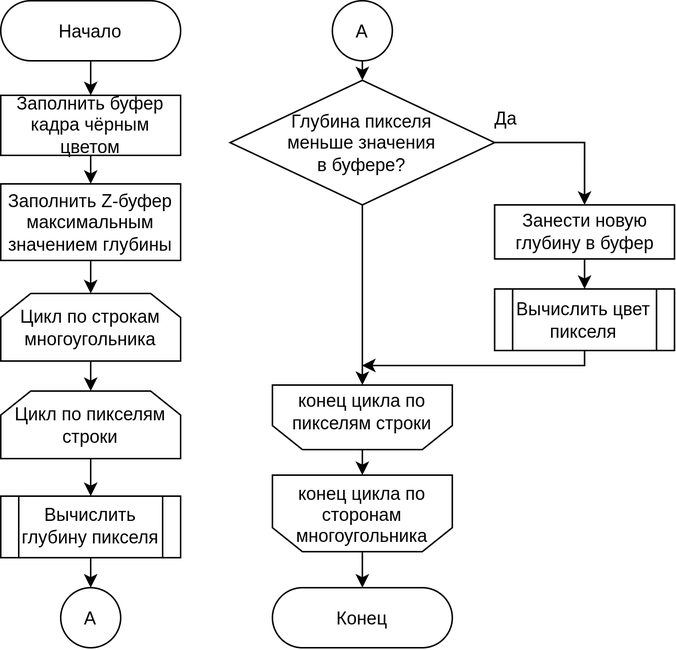
Earlier version of the draw.io export docs/img/zbuf.drawio.png (Danilado/IU7-CG-CW). Source tidied: cells renumbered, new cells last; positions are measured from the earlier drawing's top-left corner, leaving out a move shared by most shapes. Source of this version:
```xml
<mxGraphModel>
  <root>
    <mxCell id="0" />
    <mxCell id="1" parent="0" />
    <mxCell id="2" value="Начало" style="rounded=1;arcSize=50;" parent="1" vertex="1">
      <mxGeometry width="120" height="40" as="geometry" />
    </mxCell>
    <mxCell id="3" value="Заполнить буфер кадра чёрным цветом" style="rounded=0;whiteSpace=wrap;" parent="1" vertex="1">
      <mxGeometry y="63" width="120" height="40" as="geometry" />
    </mxCell>
    <mxCell id="4" value="Заполнить Z-буфер максимальным значением глубины" style="rounded=0;whiteSpace=wrap;" parent="1" vertex="1">
      <mxGeometry y="122" width="120" height="51" as="geometry" />
    </mxCell>
    <mxCell id="5" value="Цикл по строкам многоугольника" style="shape=loopLimit;whiteSpace=wrap;" parent="1" vertex="1">
      <mxGeometry y="195" width="120" height="45" as="geometry" />
    </mxCell>
    <mxCell id="6" value="Цикл по пикселям строки" style="shape=loopLimit;whiteSpace=wrap;" parent="1" vertex="1">
      <mxGeometry y="260" width="120" height="45" as="geometry" />
    </mxCell>
    <mxCell id="7" value="Вычислить глубину пикселя" style="shape=process;backgroundOutline=1;whiteSpace=wrap;" parent="1" vertex="1">
      <mxGeometry y="330" width="120" height="41" as="geometry" />
    </mxCell>
    <mxCell id="8" value="А" style="ellipse;" parent="1" vertex="1">
      <mxGeometry x="40" y="391" width="40" height="40" as="geometry" />
    </mxCell>
    <mxCell id="9" value="А" style="ellipse;" parent="1" vertex="1">
      <mxGeometry x="221.2" width="40" height="40" as="geometry" />
    </mxCell>
    <mxCell id="10" style="shape=loopLimit;verticalAlign=middle;rounded=0;rotation=-180;horizontal=1;" parent="1" vertex="1">
      <mxGeometry x="181.2" y="316" width="120" height="51" as="geometry" />
    </mxCell>
    <mxCell id="11" value="конец цикла по" style="text;strokeColor=none;fillColor=none;align=center;verticalAlign=middle;rounded=0;" parent="1" vertex="1">
      <mxGeometry x="193.2" y="313" width="96" height="30" as="geometry" />
    </mxCell>
    <mxCell id="12" value="сторонам &#10;многоугольника" style="text;strokeColor=none;fillColor=none;align=center;verticalAlign=middle;rounded=0;" parent="1" vertex="1">
      <mxGeometry x="193.2" y="334" width="96" height="30" as="geometry" />
    </mxCell>
    <mxCell id="13" style="shape=loopLimit;verticalAlign=middle;rounded=0;rotation=-180;horizontal=1;" parent="1" vertex="1">
      <mxGeometry x="181.2" y="256" width="120" height="43" as="geometry" />
    </mxCell>
    <mxCell id="14" value="конец цикла по" style="text;strokeColor=none;fillColor=none;align=center;verticalAlign=middle;rounded=0;" parent="1" vertex="1">
      <mxGeometry x="193.2" y="251" width="96" height="30" as="geometry" />
    </mxCell>
    <mxCell id="15" value="пикселям строки" style="text;strokeColor=none;fillColor=none;align=center;verticalAlign=middle;rounded=0;" parent="1" vertex="1">
      <mxGeometry x="193.2" y="266" width="96" height="30" as="geometry" />
    </mxCell>
    <mxCell id="16" value="Глубина пикселя &#10;меньше значения &#10;в буфере?" style="rhombus;whiteSpace=wrap;" parent="1" vertex="1">
      <mxGeometry x="153" y="53" width="176.5" height="83" as="geometry" />
    </mxCell>
    <mxCell id="17" value="Да" style="text;strokeColor=none;fillColor=none;align=center;verticalAlign=middle;rounded=0;" parent="1" vertex="1">
      <mxGeometry x="307.2" y="63" width="60" height="30" as="geometry" />
    </mxCell>
    <mxCell id="18" value="Занести новую глубину в буфер" style="rounded=0;whiteSpace=wrap;" parent="1" vertex="1">
      <mxGeometry x="329.5" y="136" width="120" height="36" as="geometry" />
    </mxCell>
    <mxCell id="19" value="Вычислить цвет пикселя" style="shape=process;backgroundOutline=1;whiteSpace=wrap;" parent="1" vertex="1">
      <mxGeometry x="329.5" y="192" width="120" height="41" as="geometry" />
    </mxCell>
    <mxCell id="20" value="Конец" style="rounded=1;arcSize=50;" parent="1" vertex="1">
      <mxGeometry x="181.2" y="391" width="120" height="40" as="geometry" />
    </mxCell>
    <mxCell id="21" style="endArrow=classic;exitX=0.5;exitY=1;exitDx=0;exitDy=0;entryX=0.5;entryY=0;entryDx=0;entryDy=0;" parent="1" edge="1" source="2" target="3">
      <mxGeometry relative="1" as="geometry" />
    </mxCell>
    <mxCell id="22" style="endArrow=classic;entryX=0.5;entryY=0;entryDx=0;entryDy=0;exitX=0.5;exitY=1;exitDx=0;exitDy=0;" parent="1" edge="1" source="3" target="4">
      <mxGeometry relative="1" as="geometry" />
    </mxCell>
    <mxCell id="23" style="endArrow=classic;exitX=0.5;exitY=1;exitDx=0;exitDy=0;entryX=0.5;entryY=0;entryDx=0;entryDy=0;" parent="1" edge="1" source="4" target="5">
      <mxGeometry relative="1" as="geometry" />
    </mxCell>
    <mxCell id="24" style="endArrow=classic;exitX=0.5;exitY=1;exitDx=0;exitDy=0;entryX=0.5;entryY=0;entryDx=0;entryDy=0;" parent="1" edge="1" source="5" target="6">
      <mxGeometry relative="1" as="geometry" />
    </mxCell>
    <mxCell id="25" style="endArrow=classic;exitX=0.5;exitY=1;exitDx=0;exitDy=0;entryX=0.5;entryY=0;entryDx=0;entryDy=0;" parent="1" edge="1" source="6" target="7">
      <mxGeometry relative="1" as="geometry" />
    </mxCell>
    <mxCell id="26" style="endArrow=classic;exitX=0.5;exitY=1;exitDx=0;exitDy=0;entryX=0.5;entryY=0;entryDx=0;entryDy=0;" parent="1" edge="1" source="7" target="8">
      <mxGeometry relative="1" as="geometry" />
    </mxCell>
    <mxCell id="27" style="endArrow=classic;exitX=0.5;exitY=1;exitDx=0;exitDy=0;" parent="1" edge="1" source="9" target="16">
      <mxGeometry relative="1" as="geometry" />
    </mxCell>
    <mxCell id="28" style="endArrow=classic;exitX=0.5;exitY=1;exitDx=0;exitDy=0;entryX=0.5;entryY=1;entryDx=0;entryDy=0;" parent="1" edge="1" source="16" target="13">
      <mxGeometry relative="1" as="geometry" />
    </mxCell>
    <mxCell id="29" style="endArrow=classic;exitX=0.5;exitY=0;exitDx=0;exitDy=0;entryX=0.5;entryY=0;entryDx=0;entryDy=0;" parent="1" edge="1" source="10" target="20">
      <mxGeometry relative="1" as="geometry" />
    </mxCell>
    <mxCell id="30" style="endArrow=classic;exitX=0.5;exitY=0;exitDx=0;exitDy=0;entryX=0.5;entryY=1;entryDx=0;entryDy=0;" parent="1" edge="1" source="13" target="10">
      <mxGeometry relative="1" as="geometry" />
    </mxCell>
    <mxCell id="31" style="endArrow=classic;exitX=1;exitY=0.5;exitDx=0;exitDy=0;entryX=0.5;entryY=0;entryDx=0;entryDy=0;edgeStyle=orthogonalEdgeStyle;rounded=0;" parent="1" edge="1" source="16" target="18">
      <mxGeometry relative="1" as="geometry" />
    </mxCell>
    <mxCell id="32" style="endArrow=classic;rounded=0;exitX=0.5;exitY=1;exitDx=0;exitDy=0;entryX=0.5;entryY=0;entryDx=0;entryDy=0;" parent="1" edge="1" source="18" target="19">
      <mxGeometry relative="1" as="geometry" />
    </mxCell>
    <mxCell id="33" style="endArrow=classic;rounded=0;exitX=0.5;exitY=1;exitDx=0;exitDy=0;edgeStyle=orthogonalEdgeStyle;" parent="1" edge="1" source="19">
      <mxGeometry relative="1" as="geometry">
        <mxPoint x="241" y="243" as="targetPoint" />
        <Array as="points">
          <mxPoint x="390" y="243" />
          <mxPoint x="241" y="243" />
        </Array>
      </mxGeometry>
    </mxCell>
  </root>
</mxGraphModel>
```
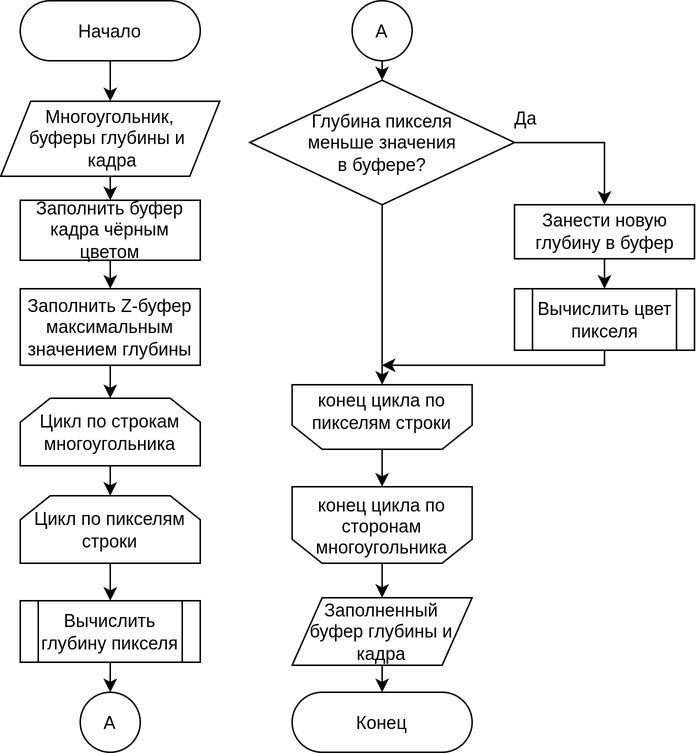
After the commit.

Change to the diagram source:
```diff
@@ -6,34 +6,34 @@
       <mxGeometry width="120" height="40" as="geometry" />
     </mxCell>
     <mxCell id="3" value="Заполнить буфер кадра чёрным цветом" style="rounded=0;whiteSpace=wrap;" parent="1" vertex="1">
-      <mxGeometry y="63" width="120" height="40" as="geometry" />
+      <mxGeometry y="133" width="120" height="40" as="geometry" />
     </mxCell>
     <mxCell id="4" value="Заполнить Z-буфер максимальным значением глубины" style="rounded=0;whiteSpace=wrap;" parent="1" vertex="1">
-      <mxGeometry y="122" width="120" height="51" as="geometry" />
+      <mxGeometry y="192" width="120" height="51" as="geometry" />
     </mxCell>
     <mxCell id="5" value="Цикл по строкам многоугольника" style="shape=loopLimit;whiteSpace=wrap;" parent="1" vertex="1">
-      <mxGeometry y="195" width="120" height="45" as="geometry" />
+      <mxGeometry y="265" width="120" height="45" as="geometry" />
     </mxCell>
     <mxCell id="6" value="Цикл по пикселям строки" style="shape=loopLimit;whiteSpace=wrap;" parent="1" vertex="1">
-      <mxGeometry y="260" width="120" height="45" as="geometry" />
+      <mxGeometry y="330" width="120" height="45" as="geometry" />
     </mxCell>
     <mxCell id="7" value="Вычислить глубину пикселя" style="shape=process;backgroundOutline=1;whiteSpace=wrap;" parent="1" vertex="1">
-      <mxGeometry y="330" width="120" height="41" as="geometry" />
+      <mxGeometry y="400" width="120" height="41" as="geometry" />
     </mxCell>
     <mxCell id="8" value="А" style="ellipse;" parent="1" vertex="1">
-      <mxGeometry x="40" y="391" width="40" height="40" as="geometry" />
+      <mxGeometry x="40" y="461" width="40" height="40" as="geometry" />
     </mxCell>
     <mxCell id="9" value="А" style="ellipse;" parent="1" vertex="1">
       <mxGeometry x="221.2" width="40" height="40" as="geometry" />
     </mxCell>
     <mxCell id="10" style="shape=loopLimit;verticalAlign=middle;rounded=0;rotation=-180;horizontal=1;" parent="1" vertex="1">
-      <mxGeometry x="181.2" y="316" width="120" height="51" as="geometry" />
+      <mxGeometry x="181.2" y="324" width="120" height="51" as="geometry" />
     </mxCell>
     <mxCell id="11" value="конец цикла по" style="text;strokeColor=none;fillColor=none;align=center;verticalAlign=middle;rounded=0;" parent="1" vertex="1">
-      <mxGeometry x="193.2" y="313" width="96" height="30" as="geometry" />
+      <mxGeometry x="193.2" y="321" width="96" height="30" as="geometry" />
     </mxCell>
     <mxCell id="12" value="сторонам &#10;многоугольника" style="text;strokeColor=none;fillColor=none;align=center;verticalAlign=middle;rounded=0;" parent="1" vertex="1">
-      <mxGeometry x="193.2" y="334" width="96" height="30" as="geometry" />
+      <mxGeometry x="193.2" y="342" width="96" height="30" as="geometry" />
     </mxCell>
     <mxCell id="13" style="shape=loopLimit;verticalAlign=middle;rounded=0;rotation=-180;horizontal=1;" parent="1" vertex="1">
       <mxGeometry x="181.2" y="256" width="120" height="43" as="geometry" />
@@ -57,9 +57,9 @@
       <mxGeometry x="329.5" y="192" width="120" height="41" as="geometry" />
     </mxCell>
     <mxCell id="20" value="Конец" style="rounded=1;arcSize=50;" parent="1" vertex="1">
-      <mxGeometry x="181.2" y="391" width="120" height="40" as="geometry" />
+      <mxGeometry x="181.2" y="461" width="120" height="40" as="geometry" />
     </mxCell>
-    <mxCell id="21" style="endArrow=classic;exitX=0.5;exitY=1;exitDx=0;exitDy=0;entryX=0.5;entryY=0;entryDx=0;entryDy=0;" parent="1" edge="1" source="2" target="3">
+    <mxCell id="21" style="endArrow=classic;exitX=0.5;exitY=1;exitDx=0;exitDy=0;entryX=0.5;entryY=0;entryDx=0;entryDy=0;" parent="1" edge="1" source="2" target="34">
       <mxGeometry relative="1" as="geometry" />
     </mxCell>
     <mxCell id="22" style="endArrow=classic;entryX=0.5;entryY=0;entryDx=0;entryDy=0;exitX=0.5;exitY=1;exitDx=0;exitDy=0;" parent="1" edge="1" source="3" target="4">
@@ -83,7 +83,7 @@
     <mxCell id="28" style="endArrow=classic;exitX=0.5;exitY=1;exitDx=0;exitDy=0;entryX=0.5;entryY=1;entryDx=0;entryDy=0;" parent="1" edge="1" source="16" target="13">
       <mxGeometry relative="1" as="geometry" />
     </mxCell>
-    <mxCell id="29" style="endArrow=classic;exitX=0.5;exitY=0;exitDx=0;exitDy=0;entryX=0.5;entryY=0;entryDx=0;entryDy=0;" parent="1" edge="1" source="10" target="20">
+    <mxCell id="29" style="endArrow=classic;exitX=0.5;exitY=0;exitDx=0;exitDy=0;entryX=0.5;entryY=0;entryDx=0;entryDy=0;" parent="1" edge="1" source="10" target="35">
       <mxGeometry relative="1" as="geometry" />
     </mxCell>
     <mxCell id="30" style="endArrow=classic;exitX=0.5;exitY=0;exitDx=0;exitDy=0;entryX=0.5;entryY=1;entryDx=0;entryDy=0;" parent="1" edge="1" source="13" target="10">
@@ -104,5 +104,17 @@
         </Array>
       </mxGeometry>
     </mxCell>
+    <mxCell id="34" value="Многоугольник,&#10;буферы глубины и   кадра" style="shape=parallelogram;perimeter=parallelogramPerimeter;fixedSize=1;whiteSpace=wrap;" parent="1" vertex="1">
+      <mxGeometry x="-13" y="67" width="146" height="50" as="geometry" />
+    </mxCell>
+    <mxCell id="35" value="Заполненный&#10;буфер глубины и кадра" style="shape=parallelogram;perimeter=parallelogramPerimeter;fixedSize=1;whiteSpace=wrap;" parent="1" vertex="1">
+      <mxGeometry x="181.2" y="398" width="120" height="45" as="geometry" />
+    </mxCell>
+    <mxCell id="36" style="endArrow=classic;exitX=0.5;exitY=1;exitDx=0;exitDy=0;entryX=0.5;entryY=0;entryDx=0;entryDy=0;" parent="1" edge="1" source="35" target="20">
+      <mxGeometry relative="1" as="geometry" />
+    </mxCell>
+    <mxCell id="37" style="endArrow=classic;exitX=0.5;exitY=1;exitDx=0;exitDy=0;entryX=0.5;entryY=0;entryDx=0;entryDy=0;" parent="1" edge="1" source="34" target="3">
+      <mxGeometry relative="1" as="geometry" />
+    </mxCell>
   </root>
 </mxGraphModel>
```
